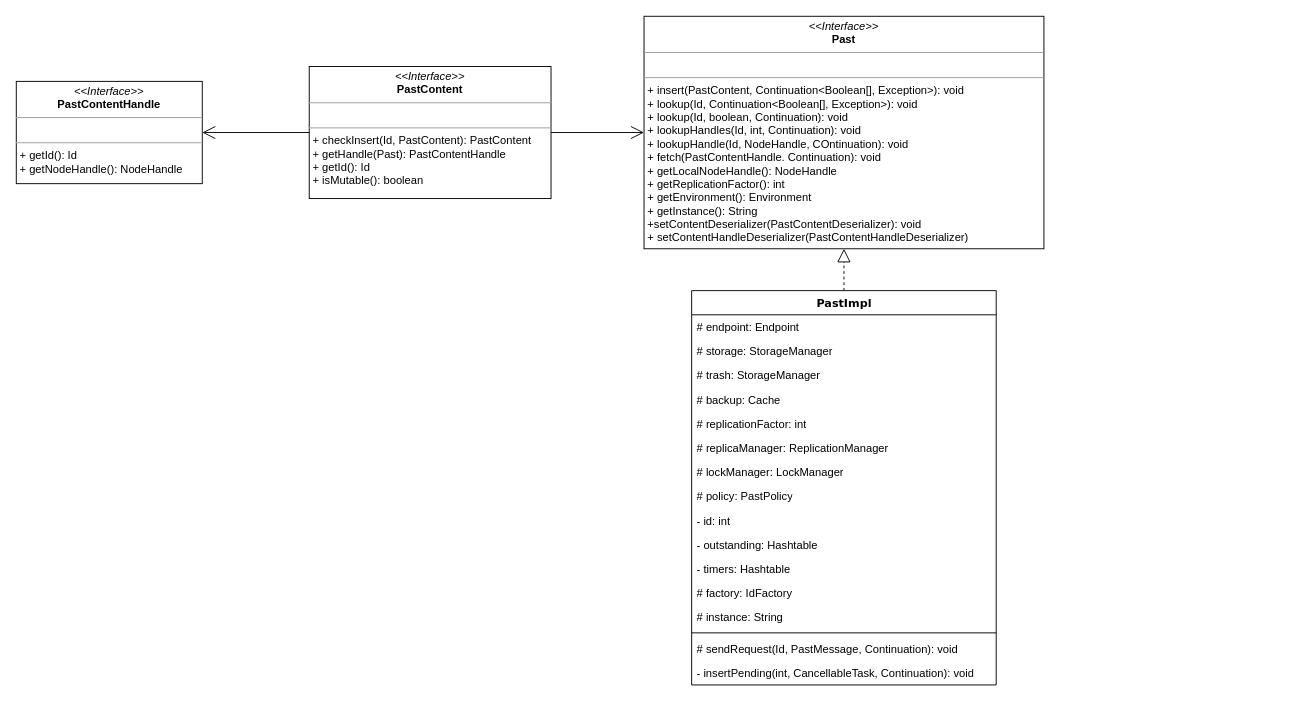
This is PastryPast.drawio from OneOverThree/PastryTest, a draw.io file, before an edit. Source tidied: cells renumbered, new cells numbered last; positions are measured from the earlier drawing's top-left corner, leaving out a move shared by most shapes. Both pictures are drawn from the tidied source at 93%, with x=0, y=0 at pixel (16, 16).
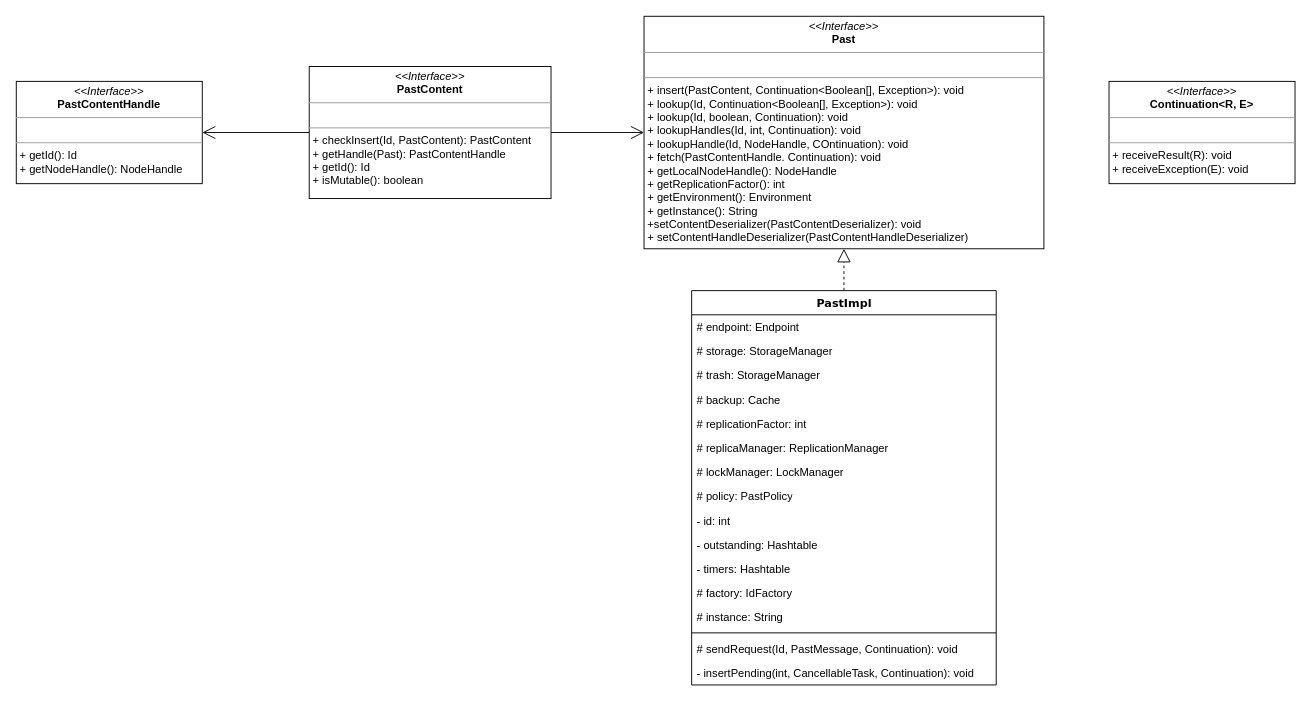
The same diagram, later.

The edit, as a diff of the source:
```diff
@@
+    <mxCell id="25" value="&lt;p style=&quot;margin:0px;margin-top:4px;text-align:center;&quot;&gt;&lt;i&gt;&amp;lt;&amp;lt;Interface&amp;gt;&amp;gt;&lt;/i&gt;&lt;br&gt;&lt;b&gt;Continuation&amp;lt;R, E&amp;gt;&lt;/b&gt;&lt;/p&gt;&lt;hr size=&quot;1&quot;&gt;&lt;p style=&quot;margin:0px;margin-left:4px;&quot;&gt;&lt;br&gt;&lt;/p&gt;&lt;hr size=&quot;1&quot;&gt;&lt;p style=&quot;margin:0px;margin-left:4px;&quot;&gt;&lt;span style=&quot;background-color: initial;&quot;&gt;+ receiveResult(R): void&lt;/span&gt;&lt;br&gt;&lt;/p&gt;&lt;p style=&quot;margin:0px;margin-left:4px;&quot;&gt;+ receiveException(E): void&lt;/p&gt;" style="verticalAlign=top;align=left;overflow=fill;fontSize=12;fontFamily=Helvetica;html=1;rounded=0;shadow=0;comic=0;labelBackgroundColor=none;strokeWidth=1;" parent="1" vertex="1">
+      <mxGeometry x="1175" y="70" width="200" height="110" as="geometry" />
+    </mxCell>
```
